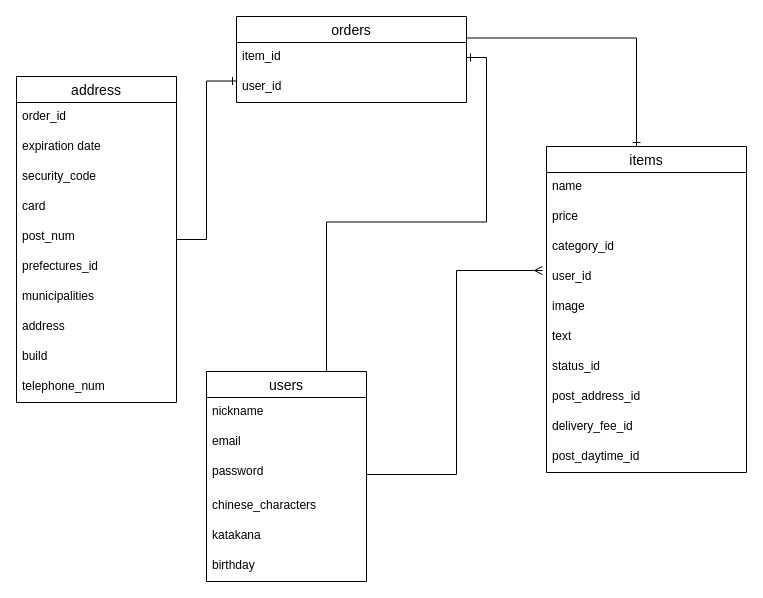
Earlier version of the draw.io diagram furima.dio (satoba-30/furima-35031). Source tidied: cells renumbered, new cells numbered last; positions are measured from the earlier drawing's top-left corner, leaving out a move shared by most shapes. Both pictures are drawn from the tidied source at 100%, with x=0, y=0 at pixel (16, 16).
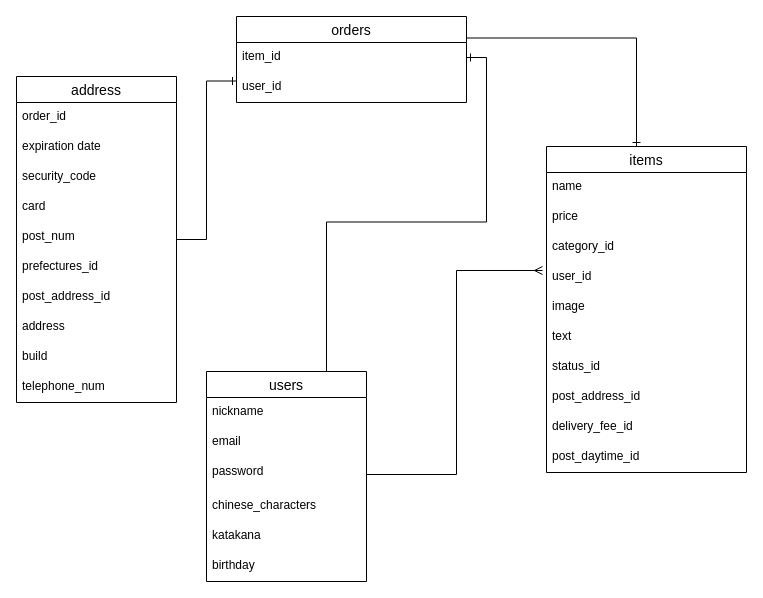
After the change.

Commit message (it also covers changes not shown here):
データベース　修正３

The change refers to these unchanged cells:
```xml
<mxCell id="26" value="address" style="swimlane;fontStyle=0;horizontal=1;startSize=26;align=center;fontSize=14;" parent="1" vertex="1">
  <mxGeometry y="60" width="160" height="326" as="geometry" />
</mxCell>
```

Change to the diagram source:
```diff
@@
-    <mxCell id="33" value="municipalities" style="text;strokeColor=none;fillColor=none;spacingLeft=4;spacingRight=4;overflow=hidden;fontSize=12;" parent="26" vertex="1">
+    <mxCell id="33" value="post_address_id" style="text;strokeColor=none;fillColor=none;spacingLeft=4;spacingRight=4;overflow=hidden;fontSize=12;" parent="26" vertex="1">
       <mxGeometry y="206" width="160" height="30" as="geometry" />
     </mxCell>
```
